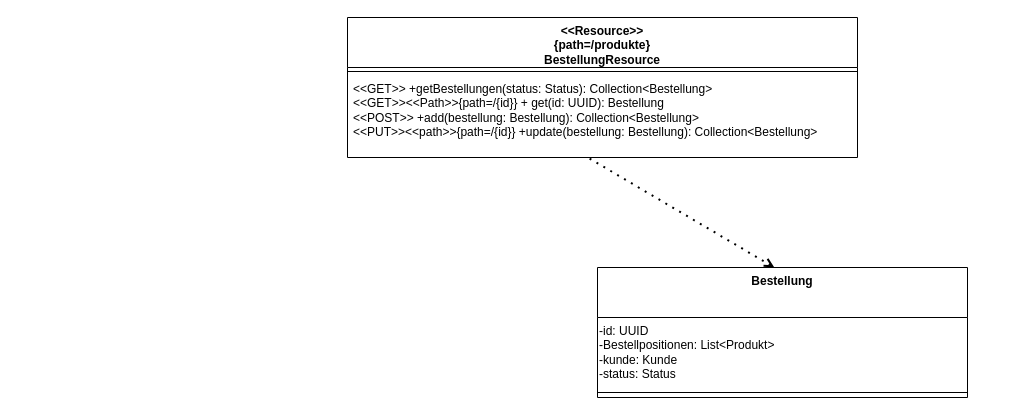
Above: diagrams/Schnittstelle.drawio in bso-hef/quarkus-rest-json-quickstart (draw.io), before the change. Source tidied: cells renumbered, new cells numbered last; positions are measured from the earlier drawing's top-left corner, leaving out a move shared by most shapes. Both pictures are drawn from the tidied source at 100%, with x=0, y=0 at pixel (347, 17).
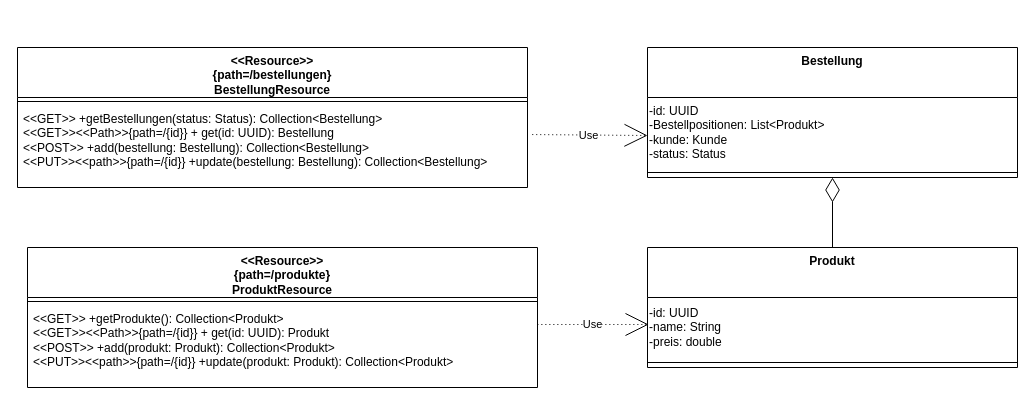
After the change.

What changed in the source:
```diff
@@
 <mxGraphModel>
   <root>
     <mxCell id="0" />
     <mxCell id="1" parent="0" />
-    <mxCell id="2" value="&amp;lt;&amp;lt;Resource&amp;gt;&amp;gt;&lt;br&gt;{path=/produkte}&lt;br&gt;BestellungResource" style="swimlane;fontStyle=1;align=center;verticalAlign=top;horizontal=1;startSize=50;whiteSpace=wrap;html=1;" parent="1" vertex="1">
-      <mxGeometry width="510" height="140" as="geometry" />
+    <mxCell id="2" value="&amp;lt;&amp;lt;Resource&amp;gt;&amp;gt;&lt;br&gt;{path=/bestellungen}&lt;br&gt;BestellungResource" style="swimlane;fontStyle=1;align=center;verticalAlign=top;horizontal=1;startSize=50;whiteSpace=wrap;html=1;" parent="1" vertex="1">
+      <mxGeometry x="-330" y="30" width="510" height="140" as="geometry" />
     </mxCell>
     <mxCell id="3" style="line;strokeWidth=1;fillColor=none;align=left;verticalAlign=middle;spacingTop=-1;spacingLeft=3;spacingRight=3;labelPosition=right;strokeColor=inherit;" parent="2" vertex="1">
       <mxGeometry y="50" width="510" height="8" as="geometry" />
     </mxCell>
     <mxCell id="4" value="&amp;lt;&amp;lt;GET&amp;gt;&amp;gt; +getBestellungen(status: Status): Collection&amp;lt;Bestellung&amp;gt;&lt;br&gt;&amp;lt;&amp;lt;GET&amp;gt;&amp;gt;&amp;lt;&amp;lt;Path&amp;gt;&amp;gt;{path=/{id}} + get(id: UUID): Bestellung&lt;br&gt;&amp;lt;&amp;lt;POST&amp;gt;&amp;gt; +add(bestellung: Bestellung): Collection&amp;lt;Bestellung&amp;gt;&lt;br&gt;&amp;lt;&amp;lt;PUT&amp;gt;&amp;gt;&amp;lt;&amp;lt;path&amp;gt;&amp;gt;{path=/{id}} +update(bestellung: Bestellung): Collection&amp;lt;Bestellung&amp;gt;" style="text;strokeColor=none;fillColor=none;align=left;verticalAlign=top;spacingLeft=4;spacingRight=4;overflow=hidden;points=[[0,0.5],[1,0.5]];portConstraint=eastwest;whiteSpace=wrap;html=1;" parent="2" vertex="1">
       <mxGeometry y="58" width="510" height="82" as="geometry" />
     </mxCell>
     <mxCell id="5" value="Bestellung&lt;br&gt;" style="swimlane;fontStyle=1;align=center;verticalAlign=top;horizontal=1;startSize=50;whiteSpace=wrap;html=1;" parent="1" vertex="1">
-      <mxGeometry x="250" y="250" width="370" height="130" as="geometry" />
+      <mxGeometry x="300" y="30" width="370" height="130" as="geometry" />
     </mxCell>
     <mxCell id="6" value="-id: UUID&lt;br&gt;-Bestellpositionen: List&amp;lt;Produkt&amp;gt;&lt;br&gt;-kunde: Kunde&lt;br&gt;-status: Status" style="text;html=1;align=left;verticalAlign=middle;points=[];strokeColor=none;fillColor=none;" parent="5" vertex="1">
       <mxGeometry y="50" width="370" height="70" as="geometry" />
     </mxCell>
     <mxCell id="7" style="line;strokeWidth=1;fillColor=none;align=left;verticalAlign=middle;spacingTop=-1;spacingLeft=3;spacingRight=3;labelPosition=right;strokeColor=inherit;" parent="5" vertex="1">
       <mxGeometry y="120" width="370" height="10" as="geometry" />
     </mxCell>
-    <mxCell id="8" style="endArrow=none;dashed=1;html=1;dashPattern=1 3;strokeWidth=2;rounded=0;entryX=0.468;entryY=0.988;entryDx=0;entryDy=0;entryPerimeter=0;exitX=0.478;exitY=0;exitDx=0;exitDy=0;exitPerimeter=0;endFill=0;startArrow=open;startFill=0;" parent="1" edge="1" source="5" target="4">
+    <mxCell id="8" value="Use" style="endArrow=none;dashed=1;html=1;dashPattern=1 3;strokeWidth=1;rounded=0;entryX=1.004;entryY=0.354;entryDx=0;entryDy=0;exitX=0;exitY=0.543;exitDx=0;exitDy=0;exitPerimeter=0;endFill=0;startArrow=open;startFill=0;endSize=6;startSize=21;entryPerimeter=0;" parent="1" edge="1" source="6" target="4">
       <mxGeometry relative="1" as="geometry" />
     </mxCell>
+    <mxCell id="9" value="&amp;lt;&amp;lt;Resource&amp;gt;&amp;gt;&lt;br&gt;{path=/produkte}&lt;br&gt;ProduktResource" style="swimlane;fontStyle=1;align=center;verticalAlign=top;horizontal=1;startSize=50;whiteSpace=wrap;html=1;" parent="1" vertex="1">
+      <mxGeometry x="-320" y="230" width="510" height="140" as="geometry" />
+    </mxCell>
+    <mxCell id="10" style="line;strokeWidth=1;fillColor=none;align=left;verticalAlign=middle;spacingTop=-1;spacingLeft=3;spacingRight=3;labelPosition=right;strokeColor=inherit;" parent="9" vertex="1">
+      <mxGeometry y="50" width="510" height="8" as="geometry" />
+    </mxCell>
+    <mxCell id="11" value="&amp;lt;&amp;lt;GET&amp;gt;&amp;gt; +getProdukte(): Collection&amp;lt;Produkt&amp;gt;&lt;br&gt;&amp;lt;&amp;lt;GET&amp;gt;&amp;gt;&amp;lt;&amp;lt;Path&amp;gt;&amp;gt;{path=/{id}} + get(id: UUID): Produkt&lt;br&gt;&amp;lt;&amp;lt;POST&amp;gt;&amp;gt; +add(produkt: Produkt): Collection&amp;lt;Produkt&amp;gt;&lt;br&gt;&amp;lt;&amp;lt;PUT&amp;gt;&amp;gt;&amp;lt;&amp;lt;path&amp;gt;&amp;gt;{path=/{id}} +update(produkt: Produkt): Collection&amp;lt;Produkt&amp;gt;" style="text;strokeColor=none;fillColor=none;align=left;verticalAlign=top;spacingLeft=4;spacingRight=4;overflow=hidden;whiteSpace=wrap;html=1;" parent="9" vertex="1">
+      <mxGeometry y="58" width="510" height="82" as="geometry" />
+    </mxCell>
+    <mxCell id="12" value="Produkt" style="swimlane;fontStyle=1;align=center;verticalAlign=top;horizontal=1;startSize=50;whiteSpace=wrap;html=1;" parent="1" vertex="1">
+      <mxGeometry x="300" y="230" width="370" height="120" as="geometry" />
+    </mxCell>
+    <mxCell id="13" value="-id: UUID&lt;br&gt;-name: String&lt;br&gt;-preis: double" style="text;html=1;align=left;verticalAlign=middle;points=[];strokeColor=none;fillColor=none;" parent="12" vertex="1">
+      <mxGeometry y="50" width="370" height="60" as="geometry" />
+    </mxCell>
+    <mxCell id="14" style="line;strokeWidth=1;fillColor=none;align=left;verticalAlign=middle;spacingTop=-1;spacingLeft=3;spacingRight=3;labelPosition=right;strokeColor=inherit;" parent="12" vertex="1">
+      <mxGeometry y="110" width="370" height="10" as="geometry" />
+    </mxCell>
+    <mxCell id="15" value="Use" style="endArrow=none;dashed=1;html=1;dashPattern=1 3;strokeWidth=1;rounded=0;exitX=0.003;exitY=0.45;exitDx=0;exitDy=0;exitPerimeter=0;endFill=0;startArrow=open;startFill=0;startSize=21;" parent="1" edge="1" source="13">
+      <mxGeometry relative="1" as="geometry">
+        <mxPoint x="190" y="307" as="targetPoint" />
+      </mxGeometry>
+    </mxCell>
+    <mxCell id="16" style="endArrow=diamondThin;html=1;rounded=0;entryX=0.5;entryY=1;entryDx=0;entryDy=0;endFill=0;strokeWidth=1;endSize=22;" parent="1" edge="1" source="12" target="5">
+      <mxGeometry relative="1" as="geometry" />
+    </mxCell>
   </root>
 </mxGraphModel>
```
